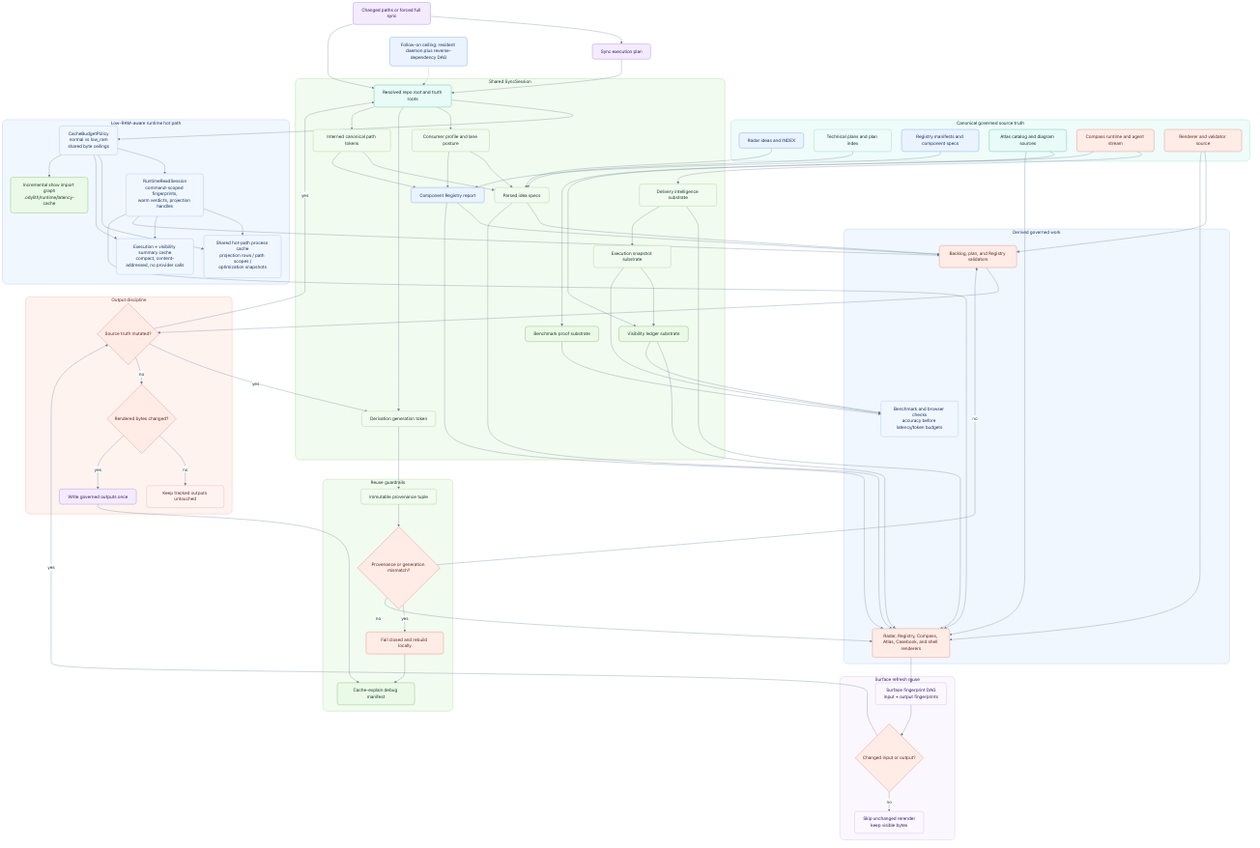
odylith/odylith keeps this Mermaid diagram as odylith/atlas/source/odylith-governed-sync-shared-read-model-and-incremental-derivation-loop.png. Above is the earlier version. Its source is kept beside it as odylith/atlas/source/odylith-governed-sync-shared-read-model-and-incremental-derivation-loop.mmd. Its diagram source:
```mermaid
flowchart TB
    changed["Changed paths or forced full sync"]
    plan["Sync execution plan"]

    subgraph inputs["Canonical governed source truth"]
        radar["Radar ideas and INDEX"]
        plans["Technical plans and plan index"]
        registry["Registry manifests and component specs"]
        atlas["Atlas catalog and diagram sources"]
        compass["Compass runtime and agent stream"]
        code["Renderer and validator source"]
    end

    subgraph session["Shared SyncSession"]
        root["Resolved repo root and truth roots"]
        generation["Derivation generation token"]
        profile["Consumer profile and lane posture"]
        paths["Interned canonical path tokens"]
        ideas["Parsed idea specs"]
        report["Component Registry report"]
        delivery["Delivery intelligence substrate"]
        execution["Execution snapshot substrate"]
        visibility["Visibility ledger substrate"]
        benchmark["Benchmark proof substrate"]
    end

    subgraph runtimehot["Low-RAM-aware runtime hot path"]
        budget["CacheBudgetPolicy<br/>normal vs low_ram<br/>shared byte ceilings"]
        read["RuntimeReadSession<br/>command-scoped fingerprints,<br/>warm verdicts, projection handles"]
        hotcache["Shared hot-path process cache<br/>projection rows / path scopes /<br/>optimization snapshots"]
        snapshotcache["Execution + visibility summary cache<br/>compact, content-addressed, no provider calls"]
        showcache["Incremental show import graph<br/>.odylith/runtime/latency-cache"]
    end

    subgraph provenance["Reuse guardrails"]
        tuple["Immutable provenance tuple"]
        closed{"Provenance or generation mismatch?"}
        rebuild["Fail closed and rebuild locally"]
        manifest["Cache-explain debug manifest"]
    end

    subgraph surfacefast["Surface refresh reuse"]
        dag["Surface fingerprint DAG<br/>input + output fingerprints"]
        rerender{"Changed input or output?"}
        reuse["Skip unchanged rerender<br/>keep visible bytes"]
    end

    subgraph derivation["Derived governed work"]
        validators["Backlog, plan, and Registry validators"]
        renderers["Radar, Registry, Compass, Atlas, Casebook, and shell renderers"]
        benchmarkChecks["Benchmark and browser checks<br/>accuracy before latency/token budgets"]
    end

    subgraph writegate["Output discipline"]
        fixpoint{"Source truth mutated?"}
        compare{"Rendered bytes changed?"}
        stable["Keep tracked outputs untouched"]
        write["Write governed outputs once"]
    end

    changed --> plan
    changed --> root
    plan --> root
    radar --> ideas
    plans --> ideas
    registry --> report
    compass --> delivery
    compass --> visibility
    atlas --> benchmark
    root --> budget
    code --> validators
    code --> renderers
    atlas --> renderers
    root --> profile
    root --> generation
    root --> paths
    budget --> read
    budget --> hotcache
    budget --> snapshotcache
    budget --> showcache
    read --> hotcache
    read --> snapshotcache
    read --> validators
    read --> renderers
    profile --> ideas
    profile --> report
    generation --> tuple
    paths --> ideas
    paths --> report
    ideas --> validators
    ideas --> renderers
    report --> validators
    report --> renderers
    delivery --> renderers
    delivery --> execution
    execution --> visibility
    execution --> benchmarkChecks
    visibility --> renderers
    visibility --> benchmarkChecks
    benchmark --> benchmarkChecks
    tuple --> closed
    closed -- yes --> rebuild
    rebuild --> manifest
    closed -- no --> validators
    closed -- no --> renderers
    validators --> fixpoint
    renderers --> dag
    dag --> rerender
    rerender -- no --> reuse
    rerender -- yes --> fixpoint
    fixpoint -- yes --> root
    fixpoint -- yes --> generation
    fixpoint -- no --> compare
    compare -- no --> stable
    compare -- yes --> write
    write --> manifest

    future["Follow-on ceiling: resident daemon plus reverse-dependency DAG"] -.-> root
```
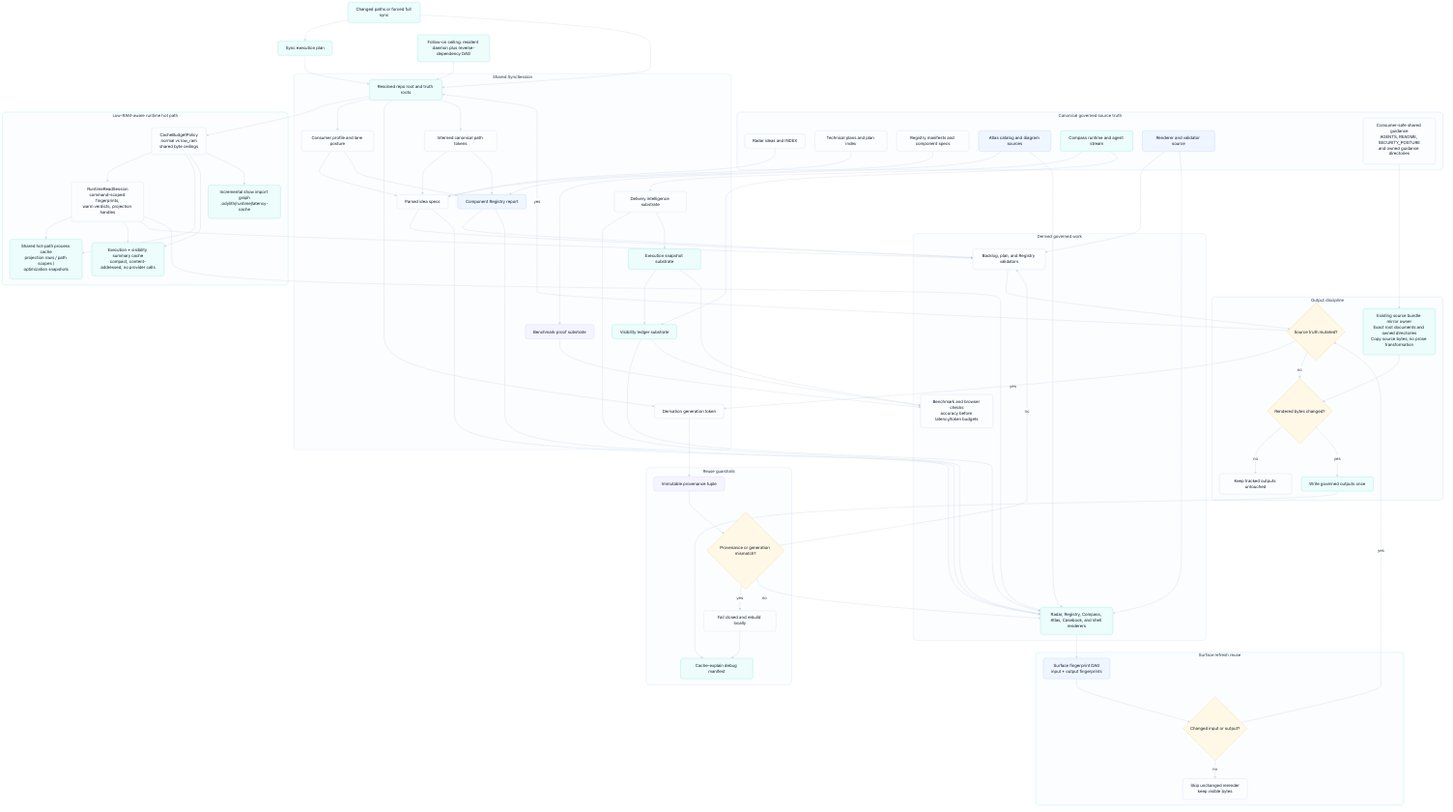
After the commit.

The edit, as a diff of the source:
```diff
@@ -9,6 +9,7 @@
         atlas["Atlas catalog and diagram sources"]
         compass["Compass runtime and agent stream"]
         code["Renderer and validator source"]
+        guidance["Consumer-safe shared guidance<br/>AGENTS, README, SECURITY_POSTURE<br/>and owned guidance directories"]
     end
 
     subgraph session["Shared SyncSession"]
@@ -56,6 +57,7 @@
         compare{"Rendered bytes changed?"}
         stable["Keep tracked outputs untouched"]
         write["Write governed outputs once"]
+        mirrors["Existing source bundle mirror owner<br/>Exact root documents and owned directories<br/>Copy source bytes; no prose transformation"]
     end
 
     changed --> plan
@@ -70,6 +72,7 @@
     root --> budget
     code --> validators
     code --> renderers
+    guidance --> mirrors --> compare
     atlas --> renderers
     root --> profile
     root --> generation
```
